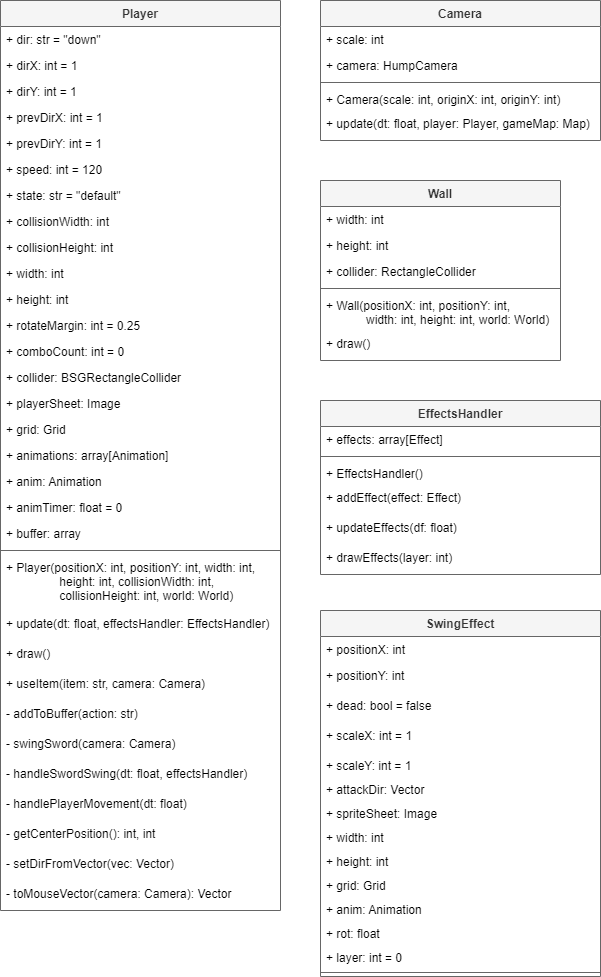
Above: docs/class-diagram.drawio.png in Perla-Al-Haddad/HeartOfWoodland (draw.io), before the change. Source tidied: cells renumbered, new cells last; positions are measured from the earlier drawing's top-left corner, leaving out a move shared by most shapes.
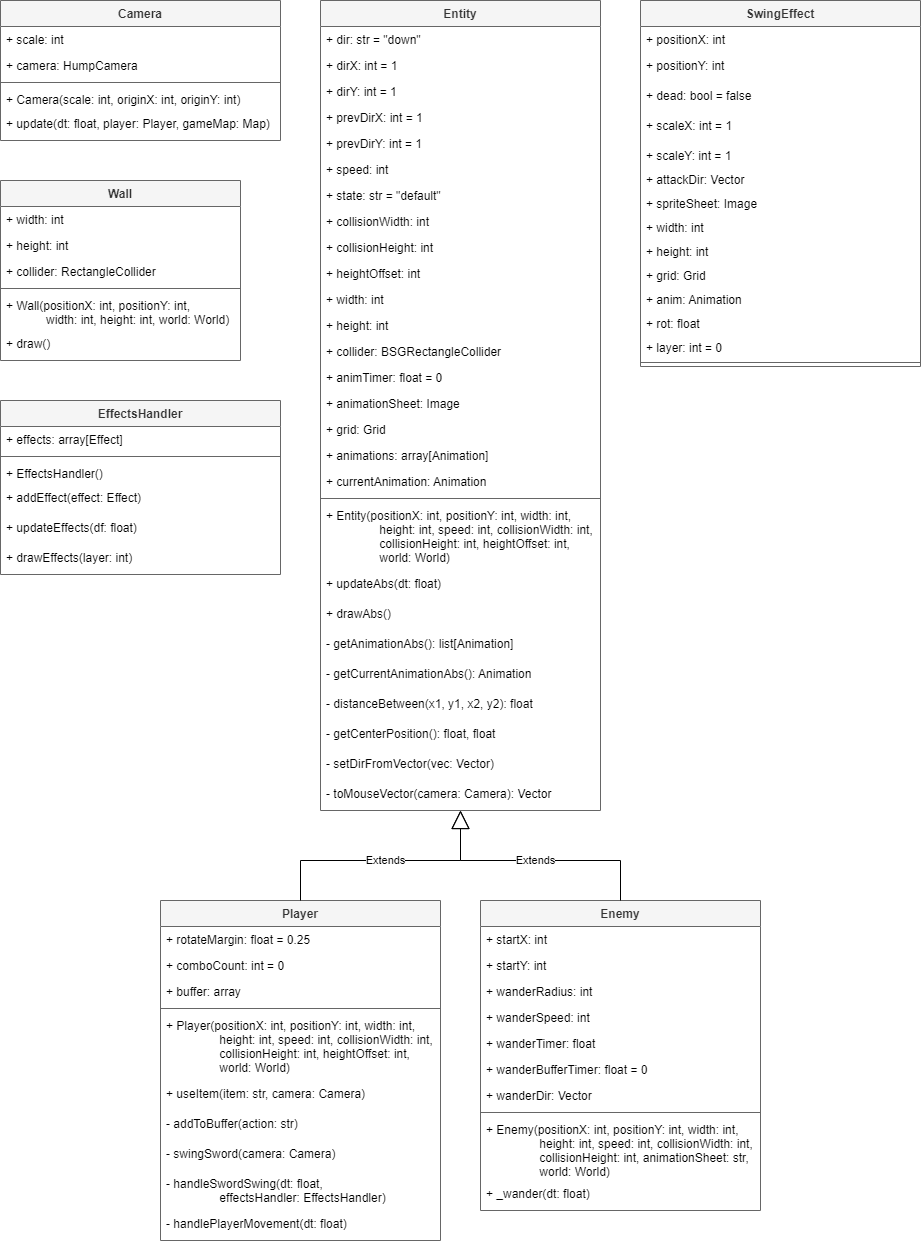
Later version of the same file.

Commit message:
created abstract Entity class for Enemy and Player classes and updated docs

Diff of the diagram source:
```diff
@@ -4,4 +4,4 @@
     <mxCell id="1" parent="0" />
-    <mxCell id="2" value="Player" style="swimlane;fontStyle=1;align=center;verticalAlign=top;horizontal=1;startSize=26;fillColor=#f5f5f5;fontColor=#333333;strokeColor=#666666;gradientColor=none;swimlaneFillColor=#FFFFFF;" parent="1" vertex="1">
-      <mxGeometry width="280" height="910" as="geometry" />
+    <mxCell id="2" value="Entity" style="swimlane;fontStyle=1;align=center;verticalAlign=top;horizontal=1;startSize=26;fillColor=#f5f5f5;fontColor=#333333;strokeColor=#666666;gradientColor=none;swimlaneFillColor=#FFFFFF;" parent="1" vertex="1">
+      <mxGeometry x="640" width="280" height="810" as="geometry" />
     </mxCell>
@@ -22,3 +22,3 @@
     </mxCell>
-    <mxCell id="8" value="+ speed: int = 120" style="text;strokeColor=none;fillColor=none;align=left;verticalAlign=top;spacingLeft=4;spacingRight=4;overflow=hidden;fontColor=#000000;" parent="2" vertex="1">
+    <mxCell id="8" value="+ speed: int&#10;" style="text;strokeColor=none;fillColor=none;align=left;verticalAlign=top;spacingLeft=4;spacingRight=4;overflow=hidden;fontColor=#000000;" parent="2" vertex="1">
       <mxGeometry y="156" width="280" height="26" as="geometry" />
@@ -34,18 +34,18 @@
     </mxCell>
+    <mxCell id="70" value="+ heightOffset: int" style="text;strokeColor=none;fillColor=none;align=left;verticalAlign=top;spacingLeft=4;spacingRight=4;overflow=hidden;fontColor=#000000;" parent="2" vertex="1">
+      <mxGeometry y="260" width="280" height="26" as="geometry" />
+    </mxCell>
     <mxCell id="12" value="+ width: int" style="text;strokeColor=none;fillColor=none;align=left;verticalAlign=top;spacingLeft=4;spacingRight=4;overflow=hidden;fontColor=#000000;" parent="2" vertex="1">
-      <mxGeometry y="260" width="280" height="26" as="geometry" />
+      <mxGeometry y="286" width="280" height="26" as="geometry" />
     </mxCell>
     <mxCell id="13" value="+ height: int" style="text;strokeColor=none;fillColor=none;align=left;verticalAlign=top;spacingLeft=4;spacingRight=4;overflow=hidden;fontColor=#000000;" parent="2" vertex="1">
-      <mxGeometry y="286" width="280" height="26" as="geometry" />
+      <mxGeometry y="312" width="280" height="26" as="geometry" />
     </mxCell>
-    <mxCell id="14" value="+ rotateMargin: int = 0.25" style="text;strokeColor=none;fillColor=none;align=left;verticalAlign=top;spacingLeft=4;spacingRight=4;overflow=hidden;fontColor=#000000;" parent="2" vertex="1">
-      <mxGeometry y="312" width="280" height="26" as="geometry" />
-    </mxCell>
-    <mxCell id="15" value="+ comboCount: int = 0" style="text;strokeColor=none;fillColor=none;align=left;verticalAlign=top;spacingLeft=4;spacingRight=4;overflow=hidden;fontColor=#000000;" parent="2" vertex="1">
-      <mxGeometry y="338" width="280" height="26" as="geometry" />
-    </mxCell>
     <mxCell id="16" value="+ collider: BSGRectangleCollider" style="text;strokeColor=none;fillColor=none;align=left;verticalAlign=top;spacingLeft=4;spacingRight=4;overflow=hidden;fontColor=#000000;" parent="2" vertex="1">
-      <mxGeometry y="364" width="280" height="26" as="geometry" />
+      <mxGeometry y="338" width="280" height="26" as="geometry" />
     </mxCell>
+    <mxCell id="21" value="+ animTimer: float = 0" style="text;strokeColor=none;fillColor=none;align=left;verticalAlign=top;spacingLeft=4;spacingRight=4;overflow=hidden;fontColor=#000000;" parent="2" vertex="1">
+      <mxGeometry y="364" width="280" height="26" as="geometry" />
+    </mxCell>
-    <mxCell id="17" value="+ playerSheet: Image" style="text;strokeColor=none;fillColor=none;align=left;verticalAlign=top;spacingLeft=4;spacingRight=4;overflow=hidden;fontColor=#000000;" parent="2" vertex="1">
+    <mxCell id="17" value="+ animationSheet: Image" style="text;strokeColor=none;fillColor=none;align=left;verticalAlign=top;spacingLeft=4;spacingRight=4;overflow=hidden;fontColor=#000000;" parent="2" vertex="1">
       <mxGeometry y="390" width="280" height="26" as="geometry" />
@@ -58,46 +58,34 @@
     </mxCell>
-    <mxCell id="20" value="+ anim: Animation" style="text;strokeColor=none;fillColor=none;align=left;verticalAlign=top;spacingLeft=4;spacingRight=4;overflow=hidden;fontColor=#000000;" parent="2" vertex="1">
+    <mxCell id="20" value="+ currentAnimation: Animation" style="text;strokeColor=none;fillColor=none;align=left;verticalAlign=top;spacingLeft=4;spacingRight=4;overflow=hidden;fontColor=#000000;" parent="2" vertex="1">
       <mxGeometry y="468" width="280" height="26" as="geometry" />
     </mxCell>
-    <mxCell id="21" value="+ animTimer: float = 0" style="text;strokeColor=none;fillColor=none;align=left;verticalAlign=top;spacingLeft=4;spacingRight=4;overflow=hidden;fontColor=#000000;" parent="2" vertex="1">
-      <mxGeometry y="494" width="280" height="26" as="geometry" />
-    </mxCell>
-    <mxCell id="22" value="+ buffer: array" style="text;strokeColor=none;fillColor=none;align=left;verticalAlign=top;spacingLeft=4;spacingRight=4;overflow=hidden;fontColor=#000000;" parent="2" vertex="1">
-      <mxGeometry y="520" width="280" height="26" as="geometry" />
-    </mxCell>
     <mxCell id="23" style="line;strokeWidth=1;fillColor=none;align=left;verticalAlign=middle;spacingTop=-1;spacingLeft=3;spacingRight=3;labelPosition=right;strokeColor=inherit;" parent="2" vertex="1">
-      <mxGeometry y="546" width="280" height="8" as="geometry" />
+      <mxGeometry y="494" width="280" height="8" as="geometry" />
     </mxCell>
-    <mxCell id="24" value="+ Player(positionX: int, positionY: int, width: int, &#10;                height: int, collisionWidth: int, &#10;                collisionHeight: int, world: World)" style="text;strokeColor=none;fillColor=none;align=left;verticalAlign=top;spacingLeft=4;spacingRight=4;overflow=hidden;fontColor=#000000;" parent="2" vertex="1">
-      <mxGeometry y="554" width="280" height="56" as="geometry" />
+    <mxCell id="24" value="+ Entity(positionX: int, positionY: int, width: int, &#10;                height: int, speed: int, collisionWidth: int, &#10;                collisionHeight: int, heightOffset: int,&#10;                world: World)" style="text;strokeColor=none;fillColor=none;align=left;verticalAlign=top;spacingLeft=4;spacingRight=4;overflow=hidden;fontColor=#000000;" parent="2" vertex="1">
+      <mxGeometry y="502" width="280" height="68" as="geometry" />
     </mxCell>
-    <mxCell id="25" value="+ update(dt: float, effectsHandler: EffectsHandler)" style="text;strokeColor=none;fillColor=none;align=left;verticalAlign=top;spacingLeft=4;spacingRight=4;overflow=hidden;fontColor=#000000;" parent="2" vertex="1">
-      <mxGeometry y="610" width="280" height="30" as="geometry" />
+    <mxCell id="25" value="+ updateAbs(dt: float)" style="text;strokeColor=none;fillColor=none;align=left;verticalAlign=top;spacingLeft=4;spacingRight=4;overflow=hidden;fontColor=#000000;" parent="2" vertex="1">
+      <mxGeometry y="570" width="280" height="30" as="geometry" />
     </mxCell>
-    <mxCell id="26" value="+ draw()" style="text;strokeColor=none;fillColor=none;align=left;verticalAlign=top;spacingLeft=4;spacingRight=4;overflow=hidden;fontColor=#000000;" parent="2" vertex="1">
-      <mxGeometry y="640" width="280" height="30" as="geometry" />
+    <mxCell id="26" value="+ drawAbs()" style="text;strokeColor=none;fillColor=none;align=left;verticalAlign=top;spacingLeft=4;spacingRight=4;overflow=hidden;fontColor=#000000;" parent="2" vertex="1">
+      <mxGeometry y="600" width="280" height="30" as="geometry" />
     </mxCell>
-    <mxCell id="27" value="+ useItem(item: str, camera: Camera)" style="text;strokeColor=none;fillColor=none;align=left;verticalAlign=top;spacingLeft=4;spacingRight=4;overflow=hidden;fontColor=#000000;" parent="2" vertex="1">
-      <mxGeometry y="670" width="280" height="30" as="geometry" />
+    <mxCell id="27" value="- getAnimationAbs(): list[Animation]" style="text;strokeColor=none;fillColor=none;align=left;verticalAlign=top;spacingLeft=4;spacingRight=4;overflow=hidden;fontColor=#000000;" parent="2" vertex="1">
+      <mxGeometry y="630" width="280" height="30" as="geometry" />
     </mxCell>
-    <mxCell id="28" value="- addToBuffer(action: str)" style="text;strokeColor=none;fillColor=none;align=left;verticalAlign=top;spacingLeft=4;spacingRight=4;overflow=hidden;fontColor=#000000;" parent="2" vertex="1">
-      <mxGeometry y="700" width="280" height="30" as="geometry" />
+    <mxCell id="28" value="- getCurrentAnimationAbs(): Animation" style="text;strokeColor=none;fillColor=none;align=left;verticalAlign=top;spacingLeft=4;spacingRight=4;overflow=hidden;fontColor=#000000;" parent="2" vertex="1">
+      <mxGeometry y="660" width="280" height="30" as="geometry" />
     </mxCell>
-    <mxCell id="29" value="- swingSword(camera: Camera)" style="text;strokeColor=none;fillColor=none;align=left;verticalAlign=top;spacingLeft=4;spacingRight=4;overflow=hidden;fontColor=#000000;" parent="2" vertex="1">
-      <mxGeometry y="730" width="280" height="30" as="geometry" />
+    <mxCell id="29" value="- distanceBetween(x1, y1, x2, y2): float" style="text;strokeColor=none;fillColor=none;align=left;verticalAlign=top;spacingLeft=4;spacingRight=4;overflow=hidden;fontColor=#000000;" parent="2" vertex="1">
+      <mxGeometry y="690" width="280" height="30" as="geometry" />
     </mxCell>
-    <mxCell id="30" value="- handleSwordSwing(dt: float, effectsHandler)" style="text;strokeColor=none;fillColor=none;align=left;verticalAlign=top;spacingLeft=4;spacingRight=4;overflow=hidden;fontColor=#000000;" parent="2" vertex="1">
-      <mxGeometry y="760" width="280" height="30" as="geometry" />
+    <mxCell id="30" value="- getCenterPosition(): float, float" style="text;strokeColor=none;fillColor=none;align=left;verticalAlign=top;spacingLeft=4;spacingRight=4;overflow=hidden;fontColor=#000000;" parent="2" vertex="1">
+      <mxGeometry y="720" width="280" height="30" as="geometry" />
     </mxCell>
-    <mxCell id="31" value="- handlePlayerMovement(dt: float)" style="text;strokeColor=none;fillColor=none;align=left;verticalAlign=top;spacingLeft=4;spacingRight=4;overflow=hidden;fontColor=#000000;" parent="2" vertex="1">
-      <mxGeometry y="790" width="280" height="30" as="geometry" />
-    </mxCell>
-    <mxCell id="32" value="- getCenterPosition(): int, int" style="text;strokeColor=none;fillColor=none;align=left;verticalAlign=top;spacingLeft=4;spacingRight=4;overflow=hidden;fontColor=#000000;" parent="2" vertex="1">
-      <mxGeometry y="820" width="280" height="30" as="geometry" />
-    </mxCell>
     <mxCell id="33" value="- setDirFromVector(vec: Vector)" style="text;strokeColor=none;fillColor=none;align=left;verticalAlign=top;spacingLeft=4;spacingRight=4;overflow=hidden;fontColor=#000000;" parent="2" vertex="1">
-      <mxGeometry y="850" width="280" height="30" as="geometry" />
+      <mxGeometry y="750" width="280" height="30" as="geometry" />
     </mxCell>
     <mxCell id="34" value="- toMouseVector(camera: Camera): Vector" style="text;strokeColor=none;fillColor=none;align=left;verticalAlign=top;spacingLeft=4;spacingRight=4;overflow=hidden;points=[[0,0.5],[1,0.5]];portConstraint=eastwest;fontColor=#000000;" parent="2" vertex="1">
-      <mxGeometry y="880" width="280" height="30" as="geometry" />
+      <mxGeometry y="780" width="280" height="30" as="geometry" />
     </mxCell>
@@ -164,3 +152,3 @@
     <mxCell id="55" value="SwingEffect" style="swimlane;fontStyle=1;align=center;verticalAlign=top;horizontal=1;startSize=26;fillColor=#f5f5f5;fontColor=#333333;strokeColor=#666666;gradientColor=none;swimlaneFillColor=#FFFFFF;" parent="1" vertex="1">
-      <mxGeometry x="320" y="610" width="280" height="366" as="geometry" />
+      <mxGeometry x="960" width="280" height="366" as="geometry" />
     </mxCell>
@@ -208,2 +196,84 @@
     </mxCell>
+    <mxCell id="71" value="Player" style="swimlane;fontStyle=1;align=center;verticalAlign=top;horizontal=1;startSize=26;fillColor=#f5f5f5;fontColor=#333333;strokeColor=#666666;gradientColor=none;swimlaneFillColor=#FFFFFF;" parent="1" vertex="1">
+      <mxGeometry x="480" y="900" width="280" height="340" as="geometry" />
+    </mxCell>
+    <mxCell id="72" value="+ rotateMargin: float = 0.25" style="text;strokeColor=none;fillColor=none;align=left;verticalAlign=top;spacingLeft=4;spacingRight=4;overflow=hidden;fontColor=#000000;" parent="71" vertex="1">
+      <mxGeometry y="26" width="280" height="26" as="geometry" />
+    </mxCell>
+    <mxCell id="15" value="+ comboCount: int = 0" style="text;strokeColor=none;fillColor=none;align=left;verticalAlign=top;spacingLeft=4;spacingRight=4;overflow=hidden;fontColor=#000000;" parent="71" vertex="1">
+      <mxGeometry y="52" width="280" height="26" as="geometry" />
+    </mxCell>
+    <mxCell id="22" value="+ buffer: array" style="text;strokeColor=none;fillColor=none;align=left;verticalAlign=top;spacingLeft=4;spacingRight=4;overflow=hidden;fontColor=#000000;" parent="71" vertex="1">
+      <mxGeometry y="78" width="280" height="26" as="geometry" />
+    </mxCell>
+    <mxCell id="73" style="line;strokeWidth=1;fillColor=none;align=left;verticalAlign=middle;spacingTop=-1;spacingLeft=3;spacingRight=3;labelPosition=right;strokeColor=inherit;" parent="71" vertex="1">
+      <mxGeometry y="104" width="280" height="8" as="geometry" />
+    </mxCell>
+    <mxCell id="74" value="+ Player(positionX: int, positionY: int, width: int, &#10;                height: int, speed: int, collisionWidth: int, &#10;                collisionHeight: int, heightOffset: int,&#10;                world: World)" style="text;strokeColor=none;fillColor=none;align=left;verticalAlign=top;spacingLeft=4;spacingRight=4;overflow=hidden;fontColor=#000000;" parent="71" vertex="1">
+      <mxGeometry y="112" width="280" height="68" as="geometry" />
+    </mxCell>
+    <mxCell id="75" value="+ useItem(item: str, camera: Camera)" style="text;strokeColor=none;fillColor=none;align=left;verticalAlign=top;spacingLeft=4;spacingRight=4;overflow=hidden;fontColor=#000000;" parent="71" vertex="1">
+      <mxGeometry y="180" width="280" height="30" as="geometry" />
+    </mxCell>
+    <mxCell id="76" value="- addToBuffer(action: str)" style="text;strokeColor=none;fillColor=none;align=left;verticalAlign=top;spacingLeft=4;spacingRight=4;overflow=hidden;fontColor=#000000;" parent="71" vertex="1">
+      <mxGeometry y="210" width="280" height="30" as="geometry" />
+    </mxCell>
+    <mxCell id="77" value="- swingSword(camera: Camera)" style="text;strokeColor=none;fillColor=none;align=left;verticalAlign=top;spacingLeft=4;spacingRight=4;overflow=hidden;fontColor=#000000;" parent="71" vertex="1">
+      <mxGeometry y="240" width="280" height="30" as="geometry" />
+    </mxCell>
+    <mxCell id="78" value="- handleSwordSwing(dt: float,&#10;                effectsHandler: EffectsHandler)" style="text;strokeColor=none;fillColor=none;align=left;verticalAlign=top;spacingLeft=4;spacingRight=4;overflow=hidden;fontColor=#000000;" parent="71" vertex="1">
+      <mxGeometry y="270" width="280" height="40" as="geometry" />
+    </mxCell>
+    <mxCell id="31" value="- handlePlayerMovement(dt: float)" style="text;strokeColor=none;fillColor=none;align=left;verticalAlign=top;spacingLeft=4;spacingRight=4;overflow=hidden;fontColor=#000000;" parent="71" vertex="1">
+      <mxGeometry y="310" width="280" height="30" as="geometry" />
+    </mxCell>
+    <mxCell id="79" value="Extends" style="endArrow=block;endSize=16;endFill=0;html=1;edgeStyle=orthogonalEdgeStyle;rounded=0;" parent="1" edge="1" source="71" target="34">
+      <mxGeometry relative="1" as="geometry">
+        <Array as="points">
+          <mxPoint x="620" y="860" />
+          <mxPoint x="780" y="860" />
+        </Array>
+      </mxGeometry>
+    </mxCell>
+    <mxCell id="80" value="Enemy" style="swimlane;fontStyle=1;align=center;verticalAlign=top;horizontal=1;startSize=26;fillColor=#f5f5f5;fontColor=#333333;strokeColor=#666666;gradientColor=none;swimlaneFillColor=#FFFFFF;" parent="1" vertex="1">
+      <mxGeometry x="800" y="900" width="280" height="310" as="geometry" />
+    </mxCell>
+    <mxCell id="81" value="+ startX: int" style="text;strokeColor=none;fillColor=none;align=left;verticalAlign=top;spacingLeft=4;spacingRight=4;overflow=hidden;fontColor=#000000;" parent="80" vertex="1">
+      <mxGeometry y="26" width="280" height="26" as="geometry" />
+    </mxCell>
+    <mxCell id="82" value="+ startY: int" style="text;strokeColor=none;fillColor=none;align=left;verticalAlign=top;spacingLeft=4;spacingRight=4;overflow=hidden;fontColor=#000000;" parent="80" vertex="1">
+      <mxGeometry y="52" width="280" height="26" as="geometry" />
+    </mxCell>
+    <mxCell id="83" value="+ wanderRadius: int" style="text;strokeColor=none;fillColor=none;align=left;verticalAlign=top;spacingLeft=4;spacingRight=4;overflow=hidden;fontColor=#000000;" parent="80" vertex="1">
+      <mxGeometry y="78" width="280" height="26" as="geometry" />
+    </mxCell>
+    <mxCell id="84" value="+ wanderSpeed: int" style="text;strokeColor=none;fillColor=none;align=left;verticalAlign=top;spacingLeft=4;spacingRight=4;overflow=hidden;fontColor=#000000;" parent="80" vertex="1">
+      <mxGeometry y="104" width="280" height="26" as="geometry" />
+    </mxCell>
+    <mxCell id="85" value="+ wanderTimer: float" style="text;strokeColor=none;fillColor=none;align=left;verticalAlign=top;spacingLeft=4;spacingRight=4;overflow=hidden;fontColor=#000000;" parent="80" vertex="1">
+      <mxGeometry y="130" width="280" height="26" as="geometry" />
+    </mxCell>
+    <mxCell id="86" value="+ wanderBufferTimer: float = 0" style="text;strokeColor=none;fillColor=none;align=left;verticalAlign=top;spacingLeft=4;spacingRight=4;overflow=hidden;fontColor=#000000;" parent="80" vertex="1">
+      <mxGeometry y="156" width="280" height="26" as="geometry" />
+    </mxCell>
+    <mxCell id="87" value="+ wanderDir: Vector" style="text;strokeColor=none;fillColor=none;align=left;verticalAlign=top;spacingLeft=4;spacingRight=4;overflow=hidden;fontColor=#000000;" parent="80" vertex="1">
+      <mxGeometry y="182" width="280" height="26" as="geometry" />
+    </mxCell>
+    <mxCell id="88" style="line;strokeWidth=1;fillColor=none;align=left;verticalAlign=middle;spacingTop=-1;spacingLeft=3;spacingRight=3;labelPosition=right;strokeColor=inherit;" parent="80" vertex="1">
+      <mxGeometry y="208" width="280" height="8" as="geometry" />
+    </mxCell>
+    <mxCell id="89" value="+ Enemy(positionX: int, positionY: int, width: int, &#10;                height: int, speed: int, collisionWidth: int, &#10;                collisionHeight: int, animationSheet: str,&#10;                world: World)" style="text;strokeColor=none;fillColor=none;align=left;verticalAlign=top;spacingLeft=4;spacingRight=4;overflow=hidden;fontColor=#000000;" parent="80" vertex="1">
+      <mxGeometry y="216" width="280" height="64" as="geometry" />
+    </mxCell>
+    <mxCell id="90" value="+ _wander(dt: float)" style="text;strokeColor=none;fillColor=none;align=left;verticalAlign=top;spacingLeft=4;spacingRight=4;overflow=hidden;fontColor=#000000;" parent="80" vertex="1">
+      <mxGeometry y="280" width="280" height="30" as="geometry" />
+    </mxCell>
+    <mxCell id="91" value="Extends" style="endArrow=block;endSize=16;endFill=0;html=1;edgeStyle=orthogonalEdgeStyle;rounded=0;" parent="1" edge="1" source="80" target="34">
+      <mxGeometry relative="1" as="geometry">
+        <Array as="points">
+          <mxPoint x="940" y="860" />
+          <mxPoint x="780" y="860" />
+        </Array>
+      </mxGeometry>
+    </mxCell>
   </root>
```
